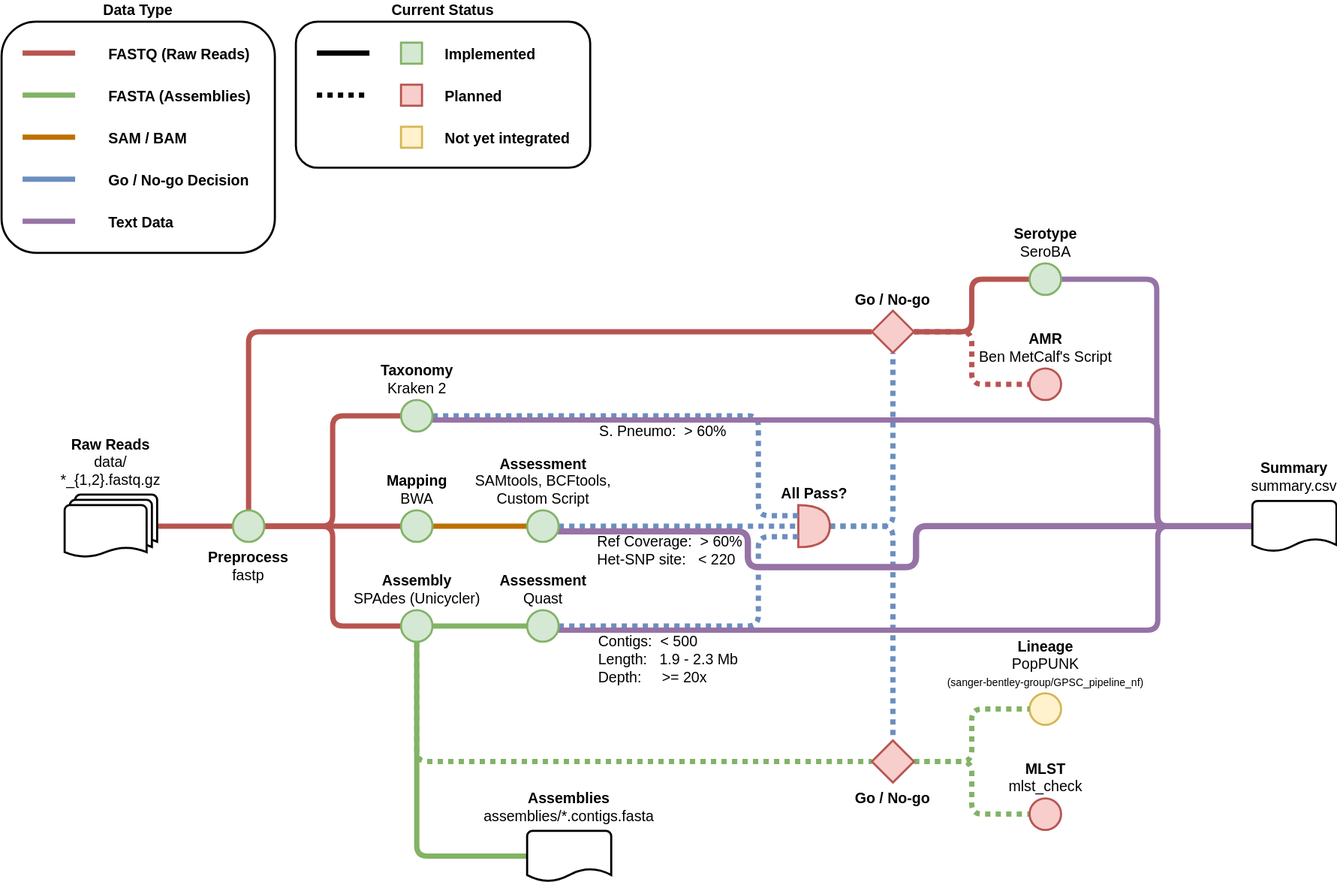
This is doc/workflow.drawio.svg from sanger-bentley-group/gps-pipeline, a draw.io export, as it was before one commit. Source tidied: cells renumbered, new cells last; positions are measured from the earlier drawing's top-left corner, leaving out a move shared by most shapes.
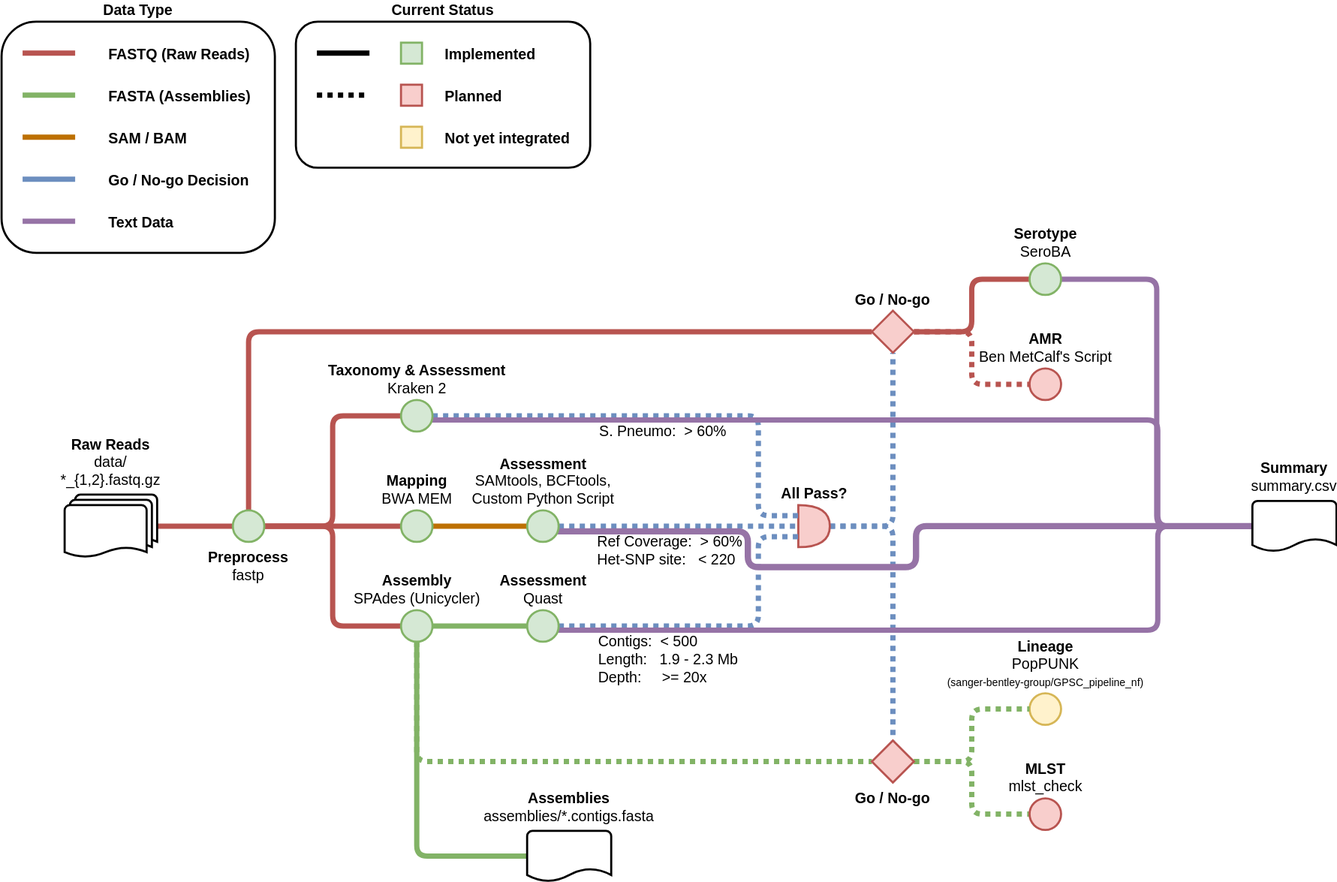
The same file after the commit.

Commit message:
Improve description

Diff of the diagram source:
```diff
@@ -53,7 +53,7 @@
     <mxCell id="15" style="edgeStyle=orthogonalEdgeStyle;rounded=1;jettySize=auto;html=1;entryX=0;entryY=0.5;entryDx=0;entryDy=0;strokeWidth=5;startArrow=none;startFill=0;endArrow=none;endFill=0;startSize=20;fillColor=#f0a30a;strokeColor=#BD7000;" parent="1" edge="1" source="16" target="35">
       <mxGeometry relative="1" as="geometry" />
     </mxCell>
-    <mxCell id="16" value="&lt;b style=&quot;font-size: 14px&quot;&gt;Mapping&lt;/b&gt;&lt;br style=&quot;font-size: 14px&quot;&gt;BWA" style="ellipse;html=1;strokeWidth=2;labelPosition=center;verticalLabelPosition=top;align=center;verticalAlign=bottom;fillColor=#d5e8d4;strokeColor=#82b366;rounded=1;fontSize=14;" parent="1" vertex="1">
+    <mxCell id="16" value="&lt;b style=&quot;font-size: 14px&quot;&gt;Mapping&lt;/b&gt;&lt;br style=&quot;font-size: 14px&quot;&gt;BWA MEM" style="ellipse;html=1;strokeWidth=2;labelPosition=center;verticalLabelPosition=top;align=center;verticalAlign=bottom;fillColor=#d5e8d4;strokeColor=#82b366;rounded=1;fontSize=14;" parent="1" vertex="1">
       <mxGeometry x="380" y="465" width="30" height="30" as="geometry" />
     </mxCell>
     <mxCell id="17" style="edgeStyle=orthogonalEdgeStyle;rounded=1;jettySize=auto;html=1;entryX=0.5;entryY=1;entryDx=0;entryDy=0;entryPerimeter=0;dashed=1;dashPattern=1 1;strokeWidth=5;endArrow=none;endFill=0;fillColor=#dae8fc;strokeColor=#6c8ebf;" parent="1" edge="1" source="19" target="43">
@@ -86,7 +86,7 @@
         </Array>
       </mxGeometry>
     </mxCell>
-    <mxCell id="23" value="&lt;div style=&quot;font-size: 14px;&quot;&gt;&lt;b style=&quot;font-size: 14px;&quot;&gt;Taxonomy&lt;/b&gt;&lt;/div&gt;&lt;div style=&quot;font-size: 14px;&quot;&gt;Kraken 2&lt;/div&gt;" style="ellipse;html=1;strokeWidth=2;labelPosition=center;verticalLabelPosition=top;align=center;verticalAlign=bottom;fillColor=#d5e8d4;strokeColor=#82b366;rounded=1;fontSize=14;" parent="1" vertex="1">
+    <mxCell id="23" value="&lt;div style=&quot;font-size: 14px&quot;&gt;&lt;b style=&quot;font-size: 14px&quot;&gt;Taxonomy &amp;amp; Assessment&lt;/b&gt;&lt;/div&gt;&lt;div style=&quot;font-size: 14px&quot;&gt;Kraken 2&lt;/div&gt;" style="ellipse;html=1;strokeWidth=2;labelPosition=center;verticalLabelPosition=top;align=center;verticalAlign=bottom;fillColor=#d5e8d4;strokeColor=#82b366;rounded=1;fontSize=14;" parent="1" vertex="1">
       <mxGeometry x="380" y="360" width="30" height="30" as="geometry" />
     </mxCell>
     <mxCell id="24" style="edgeStyle=orthogonalEdgeStyle;rounded=1;jettySize=auto;html=1;entryX=0;entryY=0.75;entryDx=0;entryDy=0;entryPerimeter=0;strokeWidth=5;startArrow=none;startFill=0;endArrow=none;endFill=0;startSize=20;fillColor=#dae8fc;strokeColor=#6c8ebf;dashed=1;dashPattern=1 1;" parent="1" edge="1" source="27" target="19">
@@ -159,7 +159,7 @@
         </Array>
       </mxGeometry>
     </mxCell>
-    <mxCell id="35" value="&lt;b style=&quot;font-size: 14px&quot;&gt;Assessment&lt;br style=&quot;font-size: 14px&quot;&gt;&lt;/b&gt;SAMtools, BCFtools,&lt;br&gt;Custom Script" style="ellipse;html=1;strokeWidth=2;labelPosition=center;verticalLabelPosition=top;align=center;verticalAlign=bottom;fillColor=#d5e8d4;strokeColor=#82b366;rounded=1;fontSize=14;" parent="1" vertex="1">
+    <mxCell id="35" value="&lt;b style=&quot;font-size: 14px&quot;&gt;Assessment&lt;br style=&quot;font-size: 14px&quot;&gt;&lt;/b&gt;SAMtools, BCFtools,&lt;br&gt;Custom Python&amp;nbsp;Script" style="ellipse;html=1;strokeWidth=2;labelPosition=center;verticalLabelPosition=top;align=center;verticalAlign=bottom;fillColor=#d5e8d4;strokeColor=#82b366;rounded=1;fontSize=14;" parent="1" vertex="1">
       <mxGeometry x="500" y="465" width="30" height="30" as="geometry" />
     </mxCell>
     <mxCell id="36" style="endArrow=none;html=1;rounded=1;strokeWidth=5;fillColor=#dae8fc;strokeColor=#6c8ebf;" parent="1" edge="1">
```
